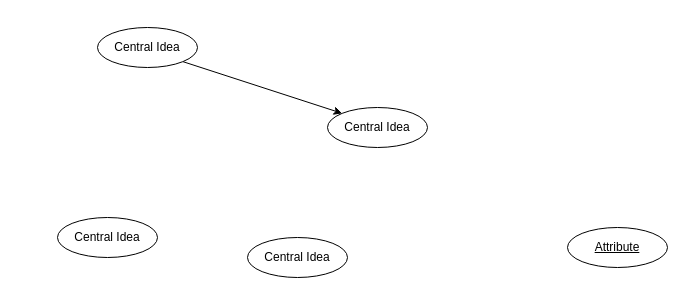
This is Untitled Diagram.drawio from lkx123456/Compile_Principle, a draw.io file, before an edit. Source tidied: cells renumbered, new cells numbered last; positions are measured from the earlier drawing's top-left corner, leaving out a move shared by most shapes. Both pictures are drawn from the tidied source at 100%, with x=0, y=0 at pixel (57, 27).
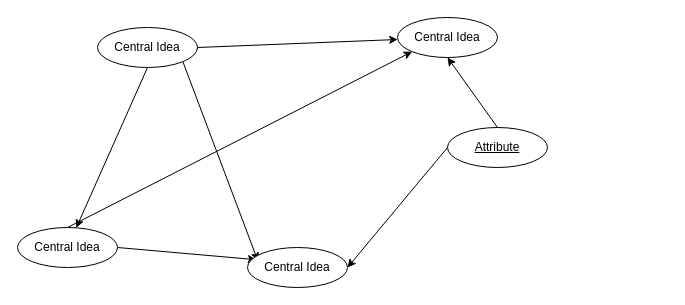
Above is the later version.

Diff of the diagram source:
```diff
@@
 <mxGraphModel>
   <root>
     <mxCell id="0" />
     <mxCell id="1" parent="0" />
+    <mxCell id="8" style="edgeStyle=none;rounded=0;jettySize=auto;html=1;exitX=1;exitY=1;exitDx=0;exitDy=0;entryX=0.104;entryY=0.335;entryDx=0;entryDy=0;entryPerimeter=0;" parent="1" edge="1" source="3" target="6">
+      <mxGeometry relative="1" as="geometry" />
+    </mxCell>
+    <mxCell id="9" style="edgeStyle=none;rounded=0;jettySize=auto;html=1;exitX=0.5;exitY=1;exitDx=0;exitDy=0;" parent="1" edge="1" source="3" target="5">
+      <mxGeometry relative="1" as="geometry" />
+    </mxCell>
-    <mxCell id="2" style="rounded=0;jettySize=auto;html=1;exitX=1;exitY=1;exitDx=0;exitDy=0;entryX=0;entryY=0;entryDx=0;entryDy=0;" parent="1" edge="1" source="3" target="4">
+    <mxCell id="2" style="edgeStyle=none;rounded=0;jettySize=auto;html=1;exitX=1;exitY=0.5;exitDx=0;exitDy=0;" parent="1" edge="1" source="3" target="4">
       <mxGeometry relative="1" as="geometry" />
     </mxCell>
     <mxCell id="3" value="Central Idea" style="ellipse;whiteSpace=wrap;html=1;align=center;newEdgeStyle={&quot;edgeStyle&quot;:&quot;entityRelationEdgeStyle&quot;,&quot;startArrow&quot;:&quot;none&quot;,&quot;endArrow&quot;:&quot;none&quot;,&quot;segment&quot;:10,&quot;curved&quot;:1};" parent="1" vertex="1">
       <mxGeometry x="40" width="100" height="40" as="geometry" />
     </mxCell>
     <mxCell id="4" value="Central Idea" style="ellipse;whiteSpace=wrap;html=1;align=center;newEdgeStyle={&quot;edgeStyle&quot;:&quot;entityRelationEdgeStyle&quot;,&quot;startArrow&quot;:&quot;none&quot;,&quot;endArrow&quot;:&quot;none&quot;,&quot;segment&quot;:10,&quot;curved&quot;:1};" parent="1" vertex="1">
-      <mxGeometry x="270" y="80" width="100" height="40" as="geometry" />
+      <mxGeometry x="340" y="-10" width="100" height="40" as="geometry" />
     </mxCell>
+    <mxCell id="10" style="edgeStyle=none;rounded=0;jettySize=auto;html=1;exitX=0.5;exitY=0;exitDx=0;exitDy=0;entryX=0;entryY=1;entryDx=0;entryDy=0;" parent="1" edge="1" source="5" target="4">
+      <mxGeometry relative="1" as="geometry" />
+    </mxCell>
+    <mxCell id="11" style="edgeStyle=none;rounded=0;jettySize=auto;html=1;exitX=1;exitY=0.5;exitDx=0;exitDy=0;entryX=0.088;entryY=0.305;entryDx=0;entryDy=0;entryPerimeter=0;" parent="1" edge="1" source="5" target="6">
+      <mxGeometry relative="1" as="geometry" />
+    </mxCell>
     <mxCell id="5" value="Central Idea" style="ellipse;whiteSpace=wrap;html=1;align=center;newEdgeStyle={&quot;edgeStyle&quot;:&quot;entityRelationEdgeStyle&quot;,&quot;startArrow&quot;:&quot;none&quot;,&quot;endArrow&quot;:&quot;none&quot;,&quot;segment&quot;:10,&quot;curved&quot;:1};" parent="1" vertex="1">
-      <mxGeometry y="190" width="100" height="40" as="geometry" />
+      <mxGeometry x="-40" y="200" width="100" height="40" as="geometry" />
     </mxCell>
     <mxCell id="6" value="Central Idea" style="ellipse;whiteSpace=wrap;html=1;align=center;newEdgeStyle={&quot;edgeStyle&quot;:&quot;entityRelationEdgeStyle&quot;,&quot;startArrow&quot;:&quot;none&quot;,&quot;endArrow&quot;:&quot;none&quot;,&quot;segment&quot;:10,&quot;curved&quot;:1};" parent="1" vertex="1">
-      <mxGeometry x="190" y="210" width="100" height="40" as="geometry" />
+      <mxGeometry x="190" y="220" width="100" height="40" as="geometry" />
     </mxCell>
+    <mxCell id="12" style="edgeStyle=none;rounded=0;jettySize=auto;html=1;exitX=0;exitY=0.5;exitDx=0;exitDy=0;entryX=1;entryY=0.5;entryDx=0;entryDy=0;" parent="1" edge="1" source="7" target="6">
+      <mxGeometry relative="1" as="geometry" />
+    </mxCell>
+    <mxCell id="13" style="edgeStyle=none;rounded=0;jettySize=auto;html=1;exitX=0.5;exitY=0;exitDx=0;exitDy=0;entryX=0.5;entryY=1;entryDx=0;entryDy=0;" parent="1" edge="1" source="7" target="4">
+      <mxGeometry relative="1" as="geometry" />
+    </mxCell>
     <mxCell id="7" value="Attribute" style="ellipse;whiteSpace=wrap;html=1;align=center;fontStyle=4;" parent="1" vertex="1">
-      <mxGeometry x="510" y="200" width="100" height="40" as="geometry" />
+      <mxGeometry x="390" y="100" width="100" height="40" as="geometry" />
     </mxCell>
   </root>
 </mxGraphModel>
```
